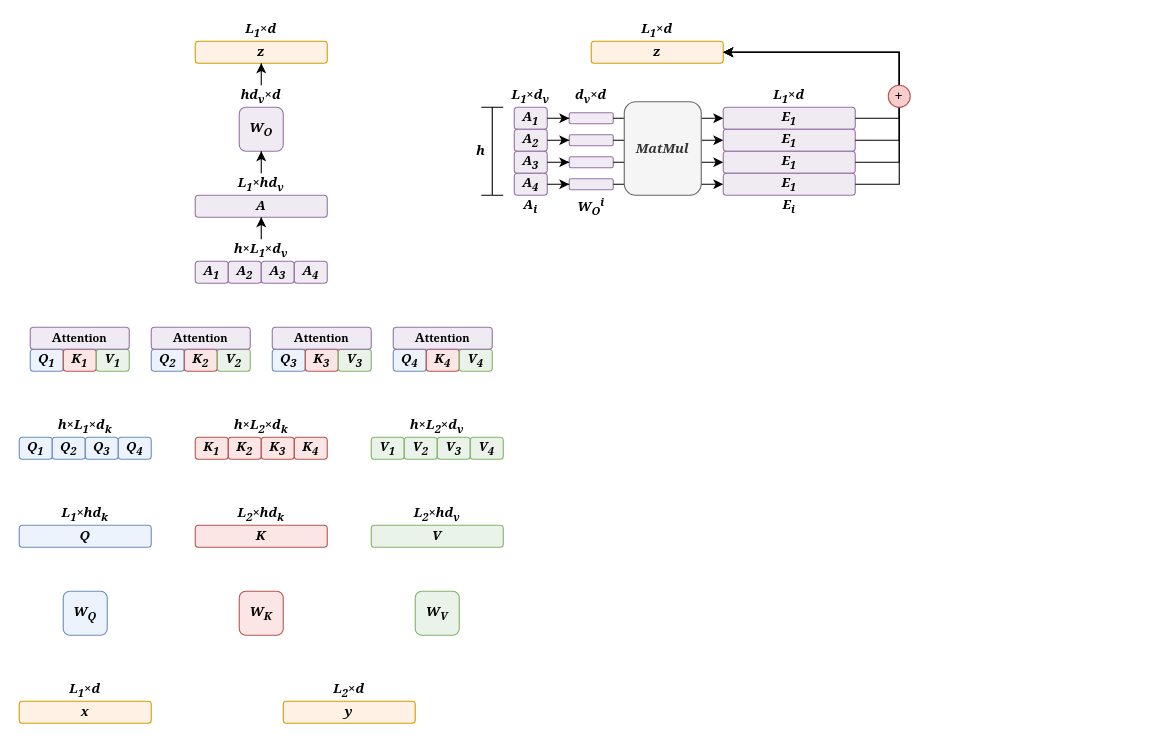
Earlier version of the draw.io diagram page "第 3 页" (3 of 3) of 未命名绘图2.drawio (ZhangzeqingCN/api-project). Source tidied: cells renumbered, new cells numbered last; positions are measured from the earlier drawing's top-left corner, leaving out a move shared by most shapes. Both pictures are drawn from the tidied source at 110%, with x=0, y=0 at pixel (19, 19).
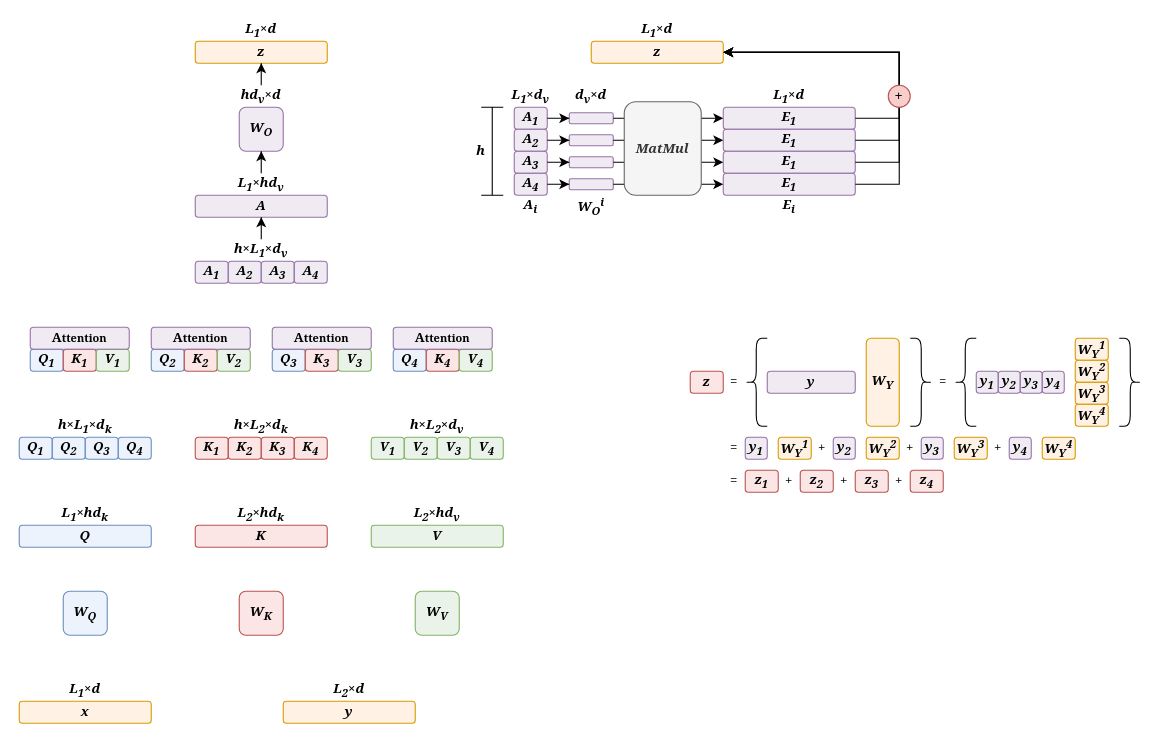
The same page after the edit.

Commit message (it also covers changes not shown here):
更新未命名绘图2.drawio

Change to the diagram source:
```diff
@@
+    <mxCell id="109" style="group;" parent="1" vertex="1">
+      <mxGeometry x="660" y="290" width="170" height="80" as="geometry" />
+    </mxCell>
+    <mxCell id="110" value="&lt;span&gt;&lt;span&gt;W&lt;sub&gt;Y&lt;/sub&gt;&lt;/span&gt;&lt;/span&gt;" style="rounded=1;whiteSpace=wrap;html=1;rotation=0;fillColor=#ffe6cc;strokeColor=#d79b00;fillOpacity=50;fontFamily=Georgia;fontStyle=3;" parent="109" vertex="1">
+      <mxGeometry x="110" width="30" height="80" as="geometry" />
+    </mxCell>
+    <mxCell id="111" value="y" style="rounded=1;whiteSpace=wrap;html=1;rotation=0;fillColor=#e1d5e7;strokeColor=#9673a6;fillOpacity=50;fontFamily=Georgia;fontStyle=3;" parent="109" vertex="1">
+      <mxGeometry x="20" y="30" width="80" height="20" as="geometry" />
+    </mxCell>
+    <mxCell id="112" style="shape=curlyBracket;whiteSpace=wrap;html=1;rounded=1;labelPosition=left;verticalLabelPosition=middle;align=right;verticalAlign=middle;" parent="109" vertex="1">
+      <mxGeometry width="20" height="80" as="geometry" />
+    </mxCell>
+    <mxCell id="113" style="shape=curlyBracket;whiteSpace=wrap;html=1;rounded=1;flipH=1;labelPosition=right;verticalLabelPosition=middle;align=left;verticalAlign=middle;" parent="109" vertex="1">
+      <mxGeometry x="150" width="20" height="80" as="geometry" />
+    </mxCell>
+    <mxCell id="114" value="z" style="rounded=1;whiteSpace=wrap;html=1;rotation=0;fillColor=#f8cecc;strokeColor=#b85450;fillOpacity=50;fontFamily=Georgia;fontStyle=3;" parent="1" vertex="1">
+      <mxGeometry x="610" y="320" width="30" height="20" as="geometry" />
+    </mxCell>
+    <mxCell id="115" value="=" style="text;html=1;align=center;verticalAlign=middle;whiteSpace=wrap;rounded=0;fontFamily=Georgia;" parent="1" vertex="1">
+      <mxGeometry x="640" y="325" width="20" height="10" as="geometry" />
+    </mxCell>
+    <mxCell id="116" value="=" style="text;html=1;align=center;verticalAlign=middle;whiteSpace=wrap;rounded=0;fontFamily=Georgia;" parent="1" vertex="1">
+      <mxGeometry x="830" y="325" width="20" height="10" as="geometry" />
+    </mxCell>
+    <mxCell id="117" style="shape=curlyBracket;whiteSpace=wrap;html=1;rounded=1;labelPosition=left;verticalLabelPosition=middle;align=right;verticalAlign=middle;" parent="1" vertex="1">
+      <mxGeometry x="850" y="290" width="20" height="80" as="geometry" />
+    </mxCell>
+    <mxCell id="118" style="shape=curlyBracket;whiteSpace=wrap;html=1;rounded=1;flipH=1;labelPosition=right;verticalLabelPosition=middle;align=left;verticalAlign=middle;" parent="1" vertex="1">
+      <mxGeometry x="1000" y="290" width="20" height="80" as="geometry" />
+    </mxCell>
+    <mxCell id="119" value="y&lt;sub&gt;1&lt;/sub&gt;" style="rounded=1;whiteSpace=wrap;html=1;rotation=0;fillColor=#e1d5e7;strokeColor=#9673a6;fillOpacity=50;fontFamily=Georgia;fontStyle=3;" parent="1" vertex="1">
+      <mxGeometry x="870" y="320" width="20" height="20" as="geometry" />
+    </mxCell>
+    <mxCell id="120" value="y&lt;sub&gt;2&lt;/sub&gt;" style="rounded=1;whiteSpace=wrap;html=1;rotation=0;fillColor=#e1d5e7;strokeColor=#9673a6;fillOpacity=50;fontFamily=Georgia;fontStyle=3;" parent="1" vertex="1">
+      <mxGeometry x="890" y="320" width="20" height="20" as="geometry" />
+    </mxCell>
+    <mxCell id="121" value="y&lt;sub&gt;3&lt;/sub&gt;" style="rounded=1;whiteSpace=wrap;html=1;rotation=0;fillColor=#e1d5e7;strokeColor=#9673a6;fillOpacity=50;fontFamily=Georgia;fontStyle=3;" parent="1" vertex="1">
+      <mxGeometry x="910" y="320" width="20" height="20" as="geometry" />
+    </mxCell>
+    <mxCell id="122" value="y&lt;sub&gt;4&lt;/sub&gt;" style="rounded=1;whiteSpace=wrap;html=1;rotation=0;fillColor=#e1d5e7;strokeColor=#9673a6;fillOpacity=50;fontFamily=Georgia;fontStyle=3;" parent="1" vertex="1">
+      <mxGeometry x="930" y="320" width="20" height="20" as="geometry" />
+    </mxCell>
+    <mxCell id="123" value="&lt;span&gt;W&lt;sub&gt;Y&lt;/sub&gt;&lt;sup&gt;1&lt;/sup&gt;&lt;/span&gt;" style="rounded=1;whiteSpace=wrap;html=1;rotation=0;fillColor=#ffe6cc;strokeColor=#d79b00;fillOpacity=50;fontFamily=Georgia;fontStyle=3;" parent="1" vertex="1">
+      <mxGeometry x="960" y="290" width="30" height="20" as="geometry" />
+    </mxCell>
+    <mxCell id="124" value="&lt;span&gt;W&lt;sub&gt;Y&lt;/sub&gt;&lt;sup&gt;2&lt;/sup&gt;&lt;/span&gt;" style="rounded=1;whiteSpace=wrap;html=1;rotation=0;fillColor=#ffe6cc;strokeColor=#d79b00;fillOpacity=50;fontFamily=Georgia;fontStyle=3;" parent="1" vertex="1">
+      <mxGeometry x="960" y="310" width="30" height="20" as="geometry" />
+    </mxCell>
+    <mxCell id="125" value="&lt;span&gt;W&lt;sub&gt;Y&lt;/sub&gt;&lt;sup&gt;3&lt;/sup&gt;&lt;/span&gt;" style="rounded=1;whiteSpace=wrap;html=1;rotation=0;fillColor=#ffe6cc;strokeColor=#d79b00;fillOpacity=50;fontFamily=Georgia;fontStyle=3;" parent="1" vertex="1">
+      <mxGeometry x="960" y="330" width="30" height="20" as="geometry" />
+    </mxCell>
+    <mxCell id="126" value="&lt;span&gt;W&lt;sub&gt;Y&lt;/sub&gt;&lt;sup&gt;4&lt;/sup&gt;&lt;/span&gt;" style="rounded=1;whiteSpace=wrap;html=1;rotation=0;fillColor=#ffe6cc;strokeColor=#d79b00;fillOpacity=50;fontFamily=Georgia;fontStyle=3;" parent="1" vertex="1">
+      <mxGeometry x="960" y="350" width="30" height="20" as="geometry" />
+    </mxCell>
+    <mxCell id="127" value="=" style="text;html=1;align=center;verticalAlign=middle;whiteSpace=wrap;rounded=0;fontFamily=Georgia;" parent="1" vertex="1">
+      <mxGeometry x="640" y="385" width="20" height="10" as="geometry" />
+    </mxCell>
+    <mxCell id="128" value="y&lt;sub&gt;1&lt;/sub&gt;" style="rounded=1;whiteSpace=wrap;html=1;rotation=0;fillColor=#e1d5e7;strokeColor=#9673a6;fillOpacity=50;fontFamily=Georgia;fontStyle=3;" parent="1" vertex="1">
+      <mxGeometry x="660" y="380" width="20" height="20" as="geometry" />
+    </mxCell>
+    <mxCell id="129" value="y&lt;sub&gt;2&lt;/sub&gt;" style="rounded=1;whiteSpace=wrap;html=1;rotation=0;fillColor=#e1d5e7;strokeColor=#9673a6;fillOpacity=50;fontFamily=Georgia;fontStyle=3;" parent="1" vertex="1">
+      <mxGeometry x="740" y="380" width="20" height="20" as="geometry" />
+    </mxCell>
+    <mxCell id="130" value="y&lt;sub&gt;3&lt;/sub&gt;" style="rounded=1;whiteSpace=wrap;html=1;rotation=0;fillColor=#e1d5e7;strokeColor=#9673a6;fillOpacity=50;fontFamily=Georgia;fontStyle=3;" parent="1" vertex="1">
+      <mxGeometry x="820" y="380" width="20" height="20" as="geometry" />
+    </mxCell>
+    <mxCell id="131" value="y&lt;sub&gt;4&lt;/sub&gt;" style="rounded=1;whiteSpace=wrap;html=1;rotation=0;fillColor=#e1d5e7;strokeColor=#9673a6;fillOpacity=50;fontFamily=Georgia;fontStyle=3;" parent="1" vertex="1">
+      <mxGeometry x="900" y="380" width="20" height="20" as="geometry" />
+    </mxCell>
+    <mxCell id="132" value="&lt;span&gt;W&lt;sub&gt;Y&lt;/sub&gt;&lt;sup&gt;1&lt;/sup&gt;&lt;/span&gt;" style="rounded=1;whiteSpace=wrap;html=1;rotation=0;fillColor=#ffe6cc;strokeColor=#d79b00;fillOpacity=50;fontFamily=Georgia;fontStyle=3;" parent="1" vertex="1">
+      <mxGeometry x="690" y="380" width="30" height="20" as="geometry" />
+    </mxCell>
+    <mxCell id="133" value="&lt;span&gt;W&lt;sub&gt;Y&lt;/sub&gt;&lt;sup&gt;2&lt;/sup&gt;&lt;/span&gt;" style="rounded=1;whiteSpace=wrap;html=1;rotation=0;fillColor=#ffe6cc;strokeColor=#d79b00;fillOpacity=50;fontFamily=Georgia;fontStyle=3;" parent="1" vertex="1">
+      <mxGeometry x="770" y="380" width="30" height="20" as="geometry" />
+    </mxCell>
+    <mxCell id="134" value="&lt;span&gt;W&lt;sub&gt;Y&lt;/sub&gt;&lt;sup&gt;3&lt;/sup&gt;&lt;/span&gt;" style="rounded=1;whiteSpace=wrap;html=1;rotation=0;fillColor=#ffe6cc;strokeColor=#d79b00;fillOpacity=50;fontFamily=Georgia;fontStyle=3;" parent="1" vertex="1">
+      <mxGeometry x="850" y="380" width="30" height="20" as="geometry" />
+    </mxCell>
+    <mxCell id="135" value="&lt;span&gt;W&lt;sub&gt;Y&lt;/sub&gt;&lt;sup&gt;4&lt;/sup&gt;&lt;/span&gt;" style="rounded=1;whiteSpace=wrap;html=1;rotation=0;fillColor=#ffe6cc;strokeColor=#d79b00;fillOpacity=50;fontFamily=Georgia;fontStyle=3;" parent="1" vertex="1">
+      <mxGeometry x="930" y="380" width="30" height="20" as="geometry" />
+    </mxCell>
+    <mxCell id="136" value="+" style="text;html=1;align=center;verticalAlign=middle;whiteSpace=wrap;rounded=0;fontFamily=Georgia;" parent="1" vertex="1">
+      <mxGeometry x="720" y="385" width="20" height="10" as="geometry" />
+    </mxCell>
+    <mxCell id="137" value="+" style="text;html=1;align=center;verticalAlign=middle;whiteSpace=wrap;rounded=0;fontFamily=Georgia;" parent="1" vertex="1">
+      <mxGeometry x="800" y="385" width="20" height="10" as="geometry" />
+    </mxCell>
+    <mxCell id="138" value="+" style="text;html=1;align=center;verticalAlign=middle;whiteSpace=wrap;rounded=0;fontFamily=Georgia;" parent="1" vertex="1">
+      <mxGeometry x="880" y="385" width="20" height="10" as="geometry" />
+    </mxCell>
+    <mxCell id="139" value="z&lt;sub&gt;1&lt;/sub&gt;" style="rounded=1;whiteSpace=wrap;html=1;rotation=0;fillColor=#f8cecc;strokeColor=#b85450;fillOpacity=50;fontFamily=Georgia;fontStyle=3;" parent="1" vertex="1">
+      <mxGeometry x="660" y="410" width="30" height="20" as="geometry" />
+    </mxCell>
+    <mxCell id="140" value="=" style="text;html=1;align=center;verticalAlign=middle;whiteSpace=wrap;rounded=0;fontFamily=Georgia;" parent="1" vertex="1">
+      <mxGeometry x="640" y="415" width="20" height="10" as="geometry" />
+    </mxCell>
+    <mxCell id="141" value="+" style="text;html=1;align=center;verticalAlign=middle;whiteSpace=wrap;rounded=0;fontFamily=Georgia;" parent="1" vertex="1">
+      <mxGeometry x="690" y="415" width="20" height="10" as="geometry" />
+    </mxCell>
+    <mxCell id="142" value="z&lt;sub&gt;2&lt;/sub&gt;" style="rounded=1;whiteSpace=wrap;html=1;rotation=0;fillColor=#f8cecc;strokeColor=#b85450;fillOpacity=50;fontFamily=Georgia;fontStyle=3;" parent="1" vertex="1">
+      <mxGeometry x="710" y="410" width="30" height="20" as="geometry" />
+    </mxCell>
+    <mxCell id="143" value="+" style="text;html=1;align=center;verticalAlign=middle;whiteSpace=wrap;rounded=0;fontFamily=Georgia;" parent="1" vertex="1">
+      <mxGeometry x="740" y="415" width="20" height="10" as="geometry" />
+    </mxCell>
+    <mxCell id="144" value="z&lt;sub&gt;3&lt;/sub&gt;" style="rounded=1;whiteSpace=wrap;html=1;rotation=0;fillColor=#f8cecc;strokeColor=#b85450;fillOpacity=50;fontFamily=Georgia;fontStyle=3;" parent="1" vertex="1">
+      <mxGeometry x="760" y="410" width="30" height="20" as="geometry" />
+    </mxCell>
+    <mxCell id="145" value="+" style="text;html=1;align=center;verticalAlign=middle;whiteSpace=wrap;rounded=0;fontFamily=Georgia;" parent="1" vertex="1">
+      <mxGeometry x="790" y="415" width="20" height="10" as="geometry" />
+    </mxCell>
+    <mxCell id="146" value="z&lt;sub&gt;4&lt;/sub&gt;" style="rounded=1;whiteSpace=wrap;html=1;rotation=0;fillColor=#f8cecc;strokeColor=#b85450;fillOpacity=50;fontFamily=Georgia;fontStyle=3;" parent="1" vertex="1">
+      <mxGeometry x="810" y="410" width="30" height="20" as="geometry" />
+    </mxCell>
```
